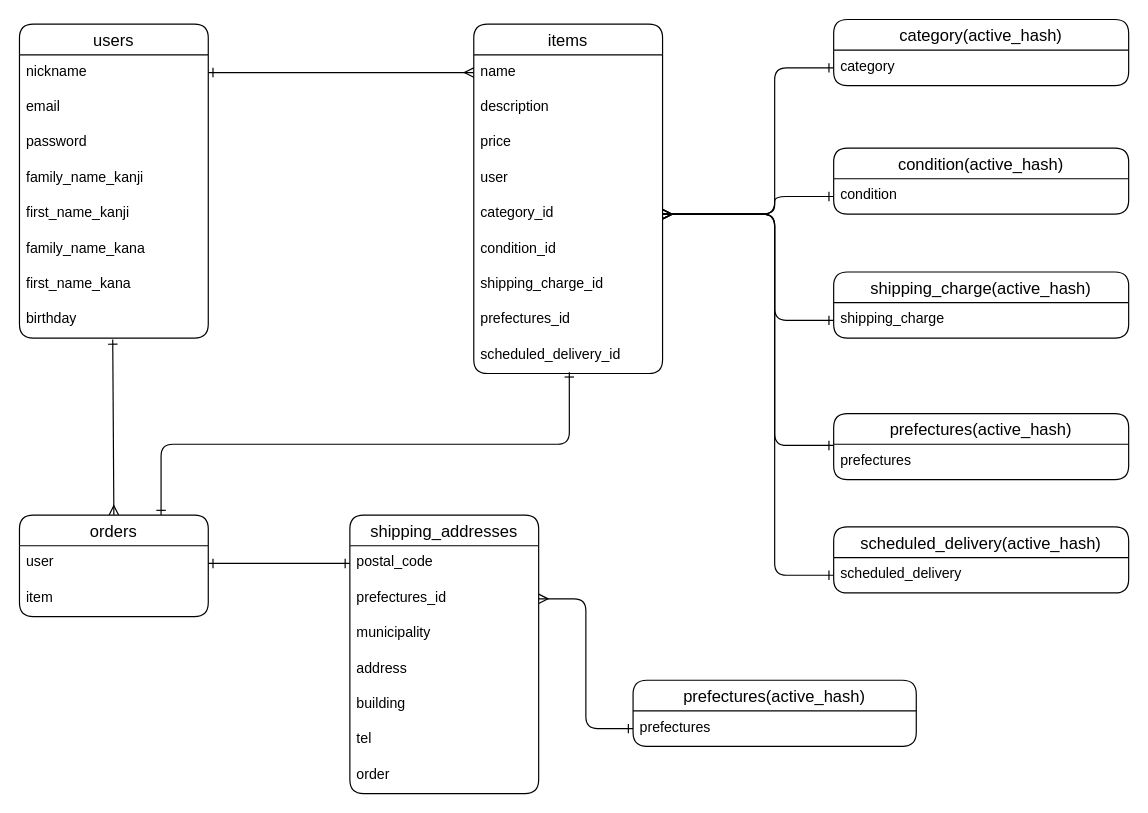
Above: furima37542.dio in piyo106/furima-37542 (draw.io), before the change. Source tidied: cells renumbered, new cells numbered last; positions are measured from the earlier drawing's top-left corner, leaving out a move shared by most shapes. Both pictures are drawn from the tidied source at 118%, with x=0, y=0 at pixel (19, 19).
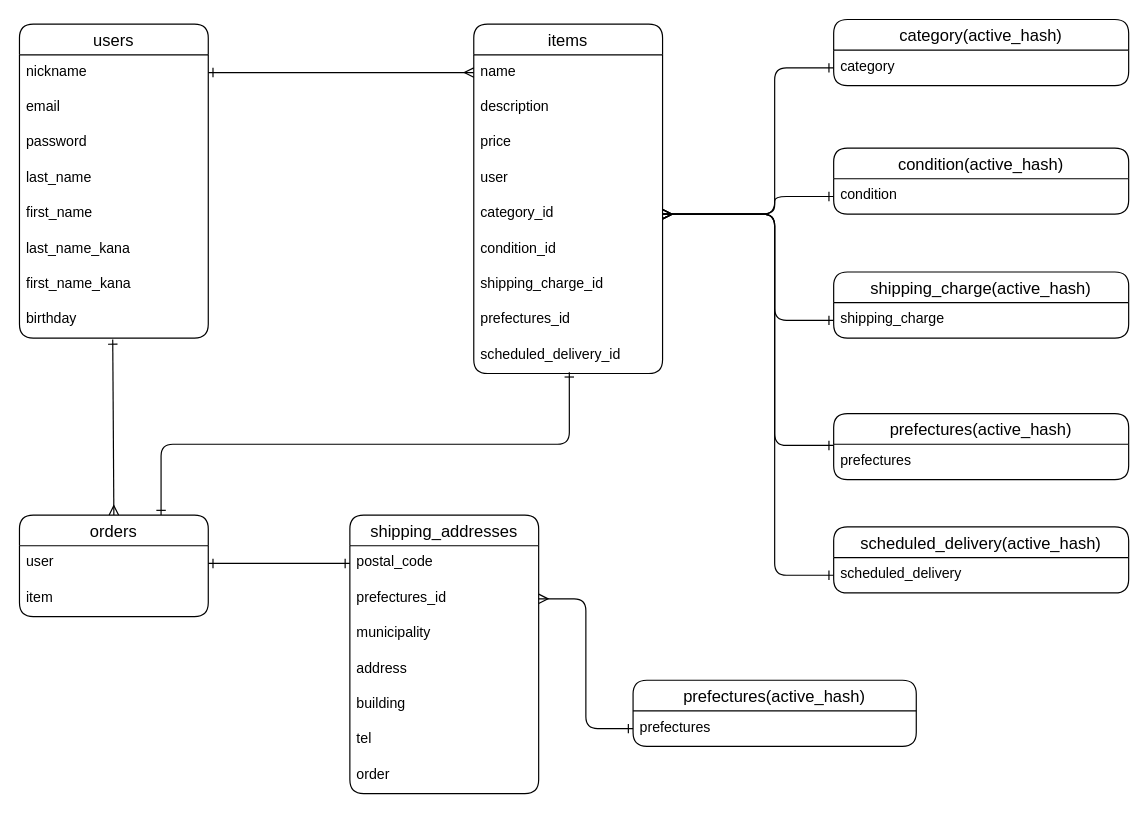
The same diagram, later.

The change refers to these unchanged cells:
```xml
<mxCell id="12" value="users" style="swimlane;fontStyle=0;horizontal=1;startSize=26;align=center;fontSize=14;rounded=1;" parent="1" vertex="1">
  <mxGeometry y="4" width="160" height="266" as="geometry" />
</mxCell>
```

Change to the diagram source:
```diff
@@
-    <mxCell id="16" value="family_name_kanji" style="text;strokeColor=none;fillColor=none;spacingLeft=4;spacingRight=4;overflow=hidden;fontSize=12;rounded=1;" parent="12" vertex="1">
+    <mxCell id="16" value="last_name" style="text;strokeColor=none;fillColor=none;spacingLeft=4;spacingRight=4;overflow=hidden;fontSize=12;rounded=1;" parent="12" vertex="1">
       <mxGeometry y="116" width="160" height="30" as="geometry" />
     </mxCell>
-    <mxCell id="17" value="first_name_kanji" style="text;strokeColor=none;fillColor=none;spacingLeft=4;spacingRight=4;overflow=hidden;fontSize=12;rounded=1;" parent="12" vertex="1">
+    <mxCell id="17" value="first_name" style="text;strokeColor=none;fillColor=none;spacingLeft=4;spacingRight=4;overflow=hidden;fontSize=12;rounded=1;" parent="12" vertex="1">
       <mxGeometry y="146" width="160" height="30" as="geometry" />
     </mxCell>
-    <mxCell id="18" value="family_name_kana" style="text;strokeColor=none;fillColor=none;spacingLeft=4;spacingRight=4;overflow=hidden;fontSize=12;rounded=1;" parent="12" vertex="1">
+    <mxCell id="18" value="last_name_kana" style="text;strokeColor=none;fillColor=none;spacingLeft=4;spacingRight=4;overflow=hidden;fontSize=12;rounded=1;" parent="12" vertex="1">
       <mxGeometry y="176" width="160" height="30" as="geometry" />
     </mxCell>
```
